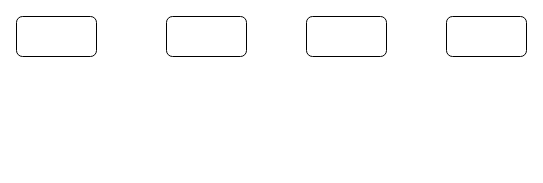
This is GOF23/absfactory.drawio from BIgConfused/draw_img, a draw.io file, before an edit. Source tidied: cells renumbered, new cells numbered last; positions are measured from the earlier drawing's top-left corner, leaving out a move shared by most shapes. Both pictures are drawn from the tidied source at 100%, with x=0, y=0 at pixel (16, 16).
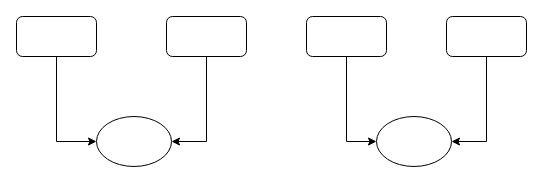
After the change.

Change to the diagram source:
```diff
@@
 <mxGraphModel>
   <root>
     <mxCell id="0" />
     <mxCell id="1" parent="0" />
+    <mxCell id="6" style="edgeStyle=orthogonalEdgeStyle;rounded=0;jettySize=auto;html=1;entryX=0;entryY=0.5;entryDx=0;entryDy=0;" parent="1" edge="1" source="2" target="10">
+      <mxGeometry relative="1" as="geometry" />
+    </mxCell>
     <mxCell id="2" style="rounded=1;whiteSpace=wrap;html=1;" parent="1" vertex="1">
       <mxGeometry width="80" height="40" as="geometry" />
     </mxCell>
+    <mxCell id="7" style="edgeStyle=orthogonalEdgeStyle;rounded=0;jettySize=auto;html=1;entryX=1;entryY=0.5;entryDx=0;entryDy=0;" parent="1" edge="1" source="3" target="10">
+      <mxGeometry relative="1" as="geometry" />
+    </mxCell>
     <mxCell id="3" style="rounded=1;whiteSpace=wrap;html=1;" parent="1" vertex="1">
       <mxGeometry x="150" width="80" height="40" as="geometry" />
     </mxCell>
+    <mxCell id="8" style="edgeStyle=orthogonalEdgeStyle;rounded=0;jettySize=auto;html=1;entryX=0;entryY=0.5;entryDx=0;entryDy=0;" parent="1" edge="1" source="4" target="11">
+      <mxGeometry relative="1" as="geometry" />
+    </mxCell>
     <mxCell id="4" style="rounded=1;whiteSpace=wrap;html=1;" parent="1" vertex="1">
       <mxGeometry x="290" width="80" height="40" as="geometry" />
     </mxCell>
+    <mxCell id="9" style="edgeStyle=orthogonalEdgeStyle;rounded=0;jettySize=auto;html=1;entryX=1;entryY=0.5;entryDx=0;entryDy=0;" parent="1" edge="1" source="5" target="11">
+      <mxGeometry relative="1" as="geometry" />
+    </mxCell>
     <mxCell id="5" style="rounded=1;whiteSpace=wrap;html=1;" parent="1" vertex="1">
       <mxGeometry x="430" width="80" height="40" as="geometry" />
     </mxCell>
+    <mxCell id="10" style="ellipse;whiteSpace=wrap;html=1;" parent="1" vertex="1">
+      <mxGeometry x="80" y="100" width="75" height="50" as="geometry" />
+    </mxCell>
+    <mxCell id="11" style="ellipse;whiteSpace=wrap;html=1;" parent="1" vertex="1">
+      <mxGeometry x="360" y="100" width="75" height="50" as="geometry" />
+    </mxCell>
   </root>
 </mxGraphModel>
```
